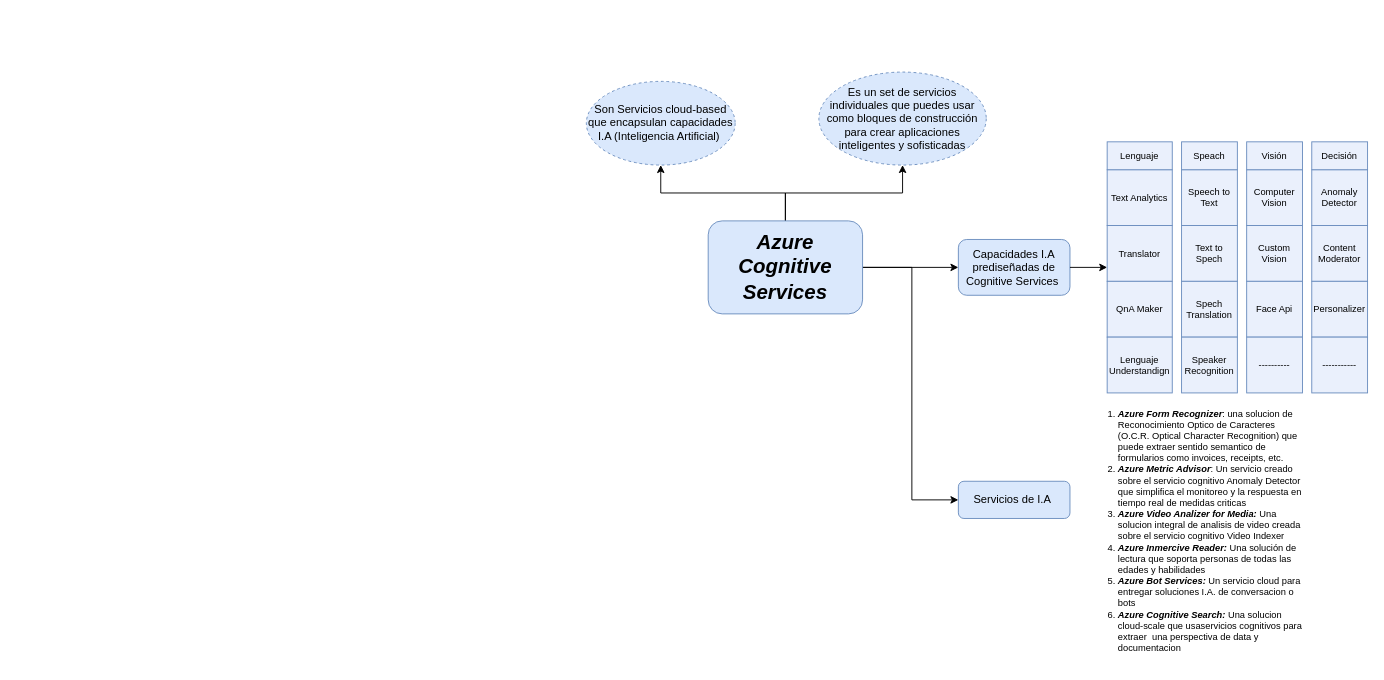
Redcouz/AzureDevOpsDiagram keeps this draw.io diagram as Azure Cognitive Services.drawio. Above is the earlier version. Source tidied: cells renumbered, new cells numbered last; positions are measured from the earlier drawing's top-left corner, leaving out a move shared by most shapes. Both pictures are drawn from the tidied source at 93%, with x=0, y=0 at pixel (586, 72).
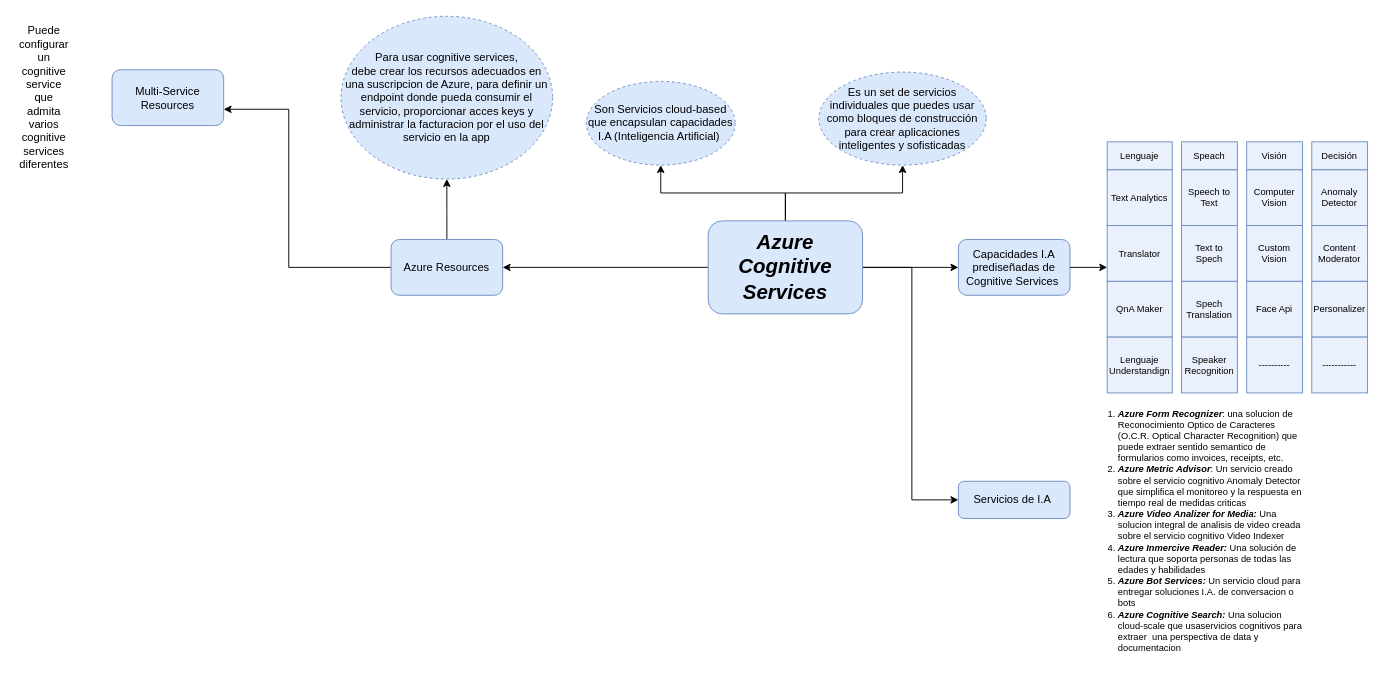
After the change.

Unchanged cells that the change refers to:
```xml
<mxCell id="6" value="&lt;font style=&quot;font-size: 22px&quot;&gt;&lt;b&gt;&lt;i&gt;Azure Cognitive Services&lt;/i&gt;&lt;/b&gt;&lt;/font&gt;" style="rounded=1;whiteSpace=wrap;html=1;fillColor=#dae8fc;strokeColor=#6c8ebf;" parent="1" vertex="1">
  <mxGeometry x="131" y="160" width="166" height="100" as="geometry" />
</mxCell>
```

Change to the diagram source:
```diff
@@
+    <mxCell id="33" style="edgeStyle=orthogonalEdgeStyle;rounded=0;jettySize=auto;html=1;" parent="1" edge="1" source="6" target="36">
+      <mxGeometry relative="1" as="geometry" />
+    </mxCell>
@@
+    <mxCell id="34" style="edgeStyle=orthogonalEdgeStyle;rounded=0;jettySize=auto;html=1;" parent="1" edge="1" source="36" target="37">
+      <mxGeometry relative="1" as="geometry" />
+    </mxCell>
+    <mxCell id="35" style="edgeStyle=orthogonalEdgeStyle;rounded=0;jettySize=auto;html=1;" parent="1" edge="1" source="36" target="38">
+      <mxGeometry relative="1" as="geometry">
+        <Array as="points">
+          <mxPoint x="-320" y="210" />
+          <mxPoint x="-320" y="40" />
+        </Array>
+      </mxGeometry>
+    </mxCell>
+    <mxCell id="36" value="Azure Resources" style="whiteSpace=wrap;html=1;rounded=1;strokeColor=#6c8ebf;fillColor=#dae8fc;" parent="1" vertex="1">
+      <mxGeometry x="-210" y="180" width="120" height="60" as="geometry" />
+    </mxCell>
+    <mxCell id="37" value="Para usar cognitive services, &lt;br&gt;debe crear los recursos adecuados en una suscripcion de Azure, para definir un endpoint donde pueda consumir el servicio, proporcionar acces keys y administrar la facturacion por el uso del servicio en la app" style="ellipse;whiteSpace=wrap;html=1;rounded=1;strokeColor=#6c8ebf;fillColor=#dae8fc;dashed=1;" parent="1" vertex="1">
+      <mxGeometry x="-263.8" y="-60" width="227.5" height="175" as="geometry" />
+    </mxCell>
+    <mxCell id="38" value="Multi-Service Resources" style="whiteSpace=wrap;html=1;rounded=1;strokeColor=#6c8ebf;fillColor=#dae8fc;" parent="1" vertex="1">
+      <mxGeometry x="-510" y="-2.5" width="120" height="60" as="geometry" />
+    </mxCell>
+    <mxCell id="39" value="Puede configurar un cognitive service que admita varios cognitive services diferentes" style="text;html=1;strokeColor=none;fillColor=none;align=center;verticalAlign=middle;whiteSpace=wrap;rounded=0;dashed=1;" parent="1" vertex="1">
+      <mxGeometry x="-613" y="12.5" width="60" height="30" as="geometry" />
+    </mxCell>
```
